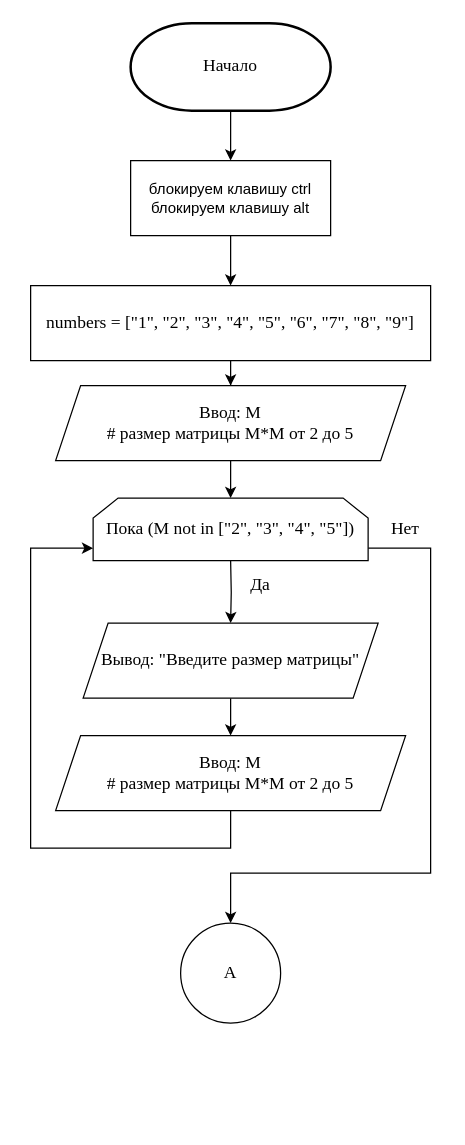
The draw.io diagram page "Страница 1" (1 of 9) of 1 курс/1 семестр/Информатика/Практические работы/12/Диаграмма 12.drawio in Kirill010/RTU-MIREA, before the edit. Source tidied: cells renumbered, new cells numbered last; positions are measured from the earlier drawing's top-left corner, leaving out a move shared by most shapes. Both pictures are drawn from the tidied source at 125%, with x=0, y=0 at pixel (30, 22).
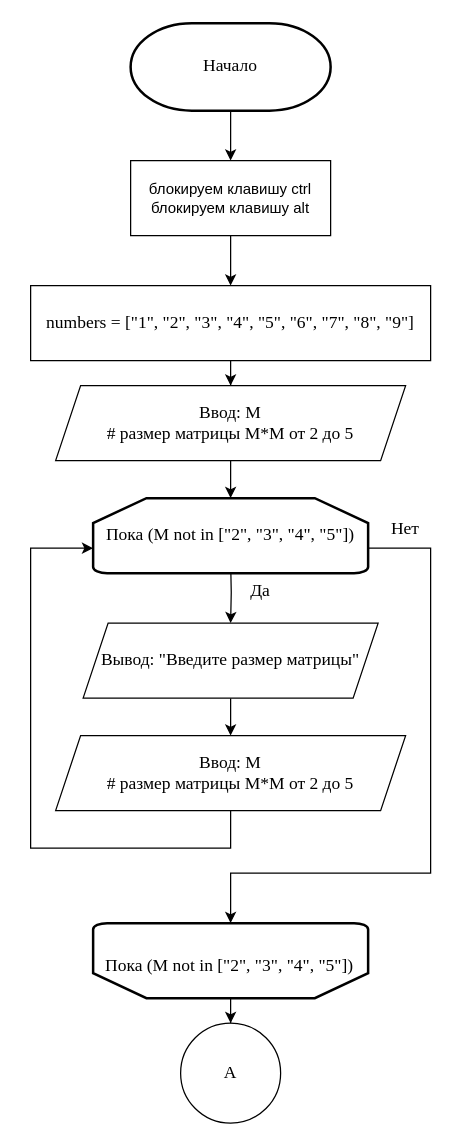
The same diagram, later.

Change to the diagram source:
```diff
@@
-    <mxCell id="9" style="edgeStyle=orthogonalEdgeStyle;rounded=0;jettySize=auto;html=1;fontFamily=Times New Roman;fontSize=14;exitX=1;exitY=0.5;exitDx=0;exitDy=0;entryX=0.5;entryY=0;entryDx=0;entryDy=0;" parent="1" edge="1" target="14">
+    <mxCell id="9" style="edgeStyle=orthogonalEdgeStyle;rounded=0;orthogonalLoop=1;jettySize=auto;html=1;fontFamily=Times New Roman;fontSize=14;exitX=1;exitY=0.5;exitDx=0;exitDy=0;" parent="1" edge="1">
       <mxGeometry relative="1" as="geometry">
         <mxPoint x="270" y="420" as="sourcePoint" />
+        <mxPoint x="160" y="720" as="targetPoint" />
         <Array as="points">
           <mxPoint x="320" y="420" />
           <mxPoint x="320" y="680" />
           <mxPoint x="160" y="680" />
         </Array>
       </mxGeometry>
     </mxCell>
@@
     <mxCell id="14" value="A" style="ellipse;whiteSpace=wrap;html=1;fontFamily=Times New Roman;fontSize=14;" parent="1" vertex="1">
-      <mxGeometry x="120" y="720" width="80" height="80" as="geometry" />
+      <mxGeometry x="120" y="800" width="80" height="80" as="geometry" />
     </mxCell>
     <mxCell id="15" value="&lt;font style=&quot;font-size: 14px;&quot; face=&quot;Times New Roman&quot;&gt;Да&lt;br&gt;&lt;/font&gt;" style="text;html=1;strokeColor=none;fillColor=none;align=center;verticalAlign=middle;whiteSpace=wrap;rounded=0;" parent="1" vertex="1">
-      <mxGeometry x="154" y="435" width="60" height="30" as="geometry" />
+      <mxGeometry x="154" y="440" width="60" height="30" as="geometry" />
     </mxCell>
@@
-    <mxCell id="17" value="&lt;span style=&quot;font-family: &amp;quot;Times New Roman&amp;quot;; font-size: 14px;&quot;&gt;Пока (M not in [&quot;2&quot;, &quot;3&quot;, &quot;4&quot;, &quot;5&quot;])&lt;/span&gt;" style="shape=loopLimit;whiteSpace=wrap;html=1;" parent="1" vertex="1">
-      <mxGeometry x="50" y="380" width="220" height="50" as="geometry" />
-    </mxCell>
@@
+    <mxCell id="20" style="edgeStyle=orthogonalEdgeStyle;rounded=0;jettySize=auto;html=1;entryX=0.5;entryY=0;entryDx=0;entryDy=0;" parent="1" edge="1" source="21" target="14">
+      <mxGeometry relative="1" as="geometry" />
+    </mxCell>
+    <mxCell id="21" style="strokeWidth=2;html=1;shape=mxgraph.flowchart.loop_limit;whiteSpace=wrap;rotation=-180;" parent="1" vertex="1">
+      <mxGeometry x="50" y="720" width="220" height="60" as="geometry" />
+    </mxCell>
+    <mxCell id="22" value="&lt;span style=&quot;text-align: center;&quot;&gt;Пока (M not in [&quot;2&quot;, &quot;3&quot;, &quot;4&quot;, &quot;5&quot;])&lt;/span&gt;" style="text;whiteSpace=wrap;html=1;fontSize=14;fontFamily=Times New Roman;" parent="1" vertex="1">
+      <mxGeometry x="57.5" y="740" width="205" height="20" as="geometry" />
+    </mxCell>
+    <mxCell id="23" value="Пока (M not in [&quot;2&quot;, &quot;3&quot;, &quot;4&quot;, &quot;5&quot;])" style="strokeWidth=2;html=1;shape=mxgraph.flowchart.loop_limit;whiteSpace=wrap;fontFamily=Times New Roman;fontSize=14;" parent="1" vertex="1">
+      <mxGeometry x="50" y="380" width="220" height="60" as="geometry" />
+    </mxCell>
```
